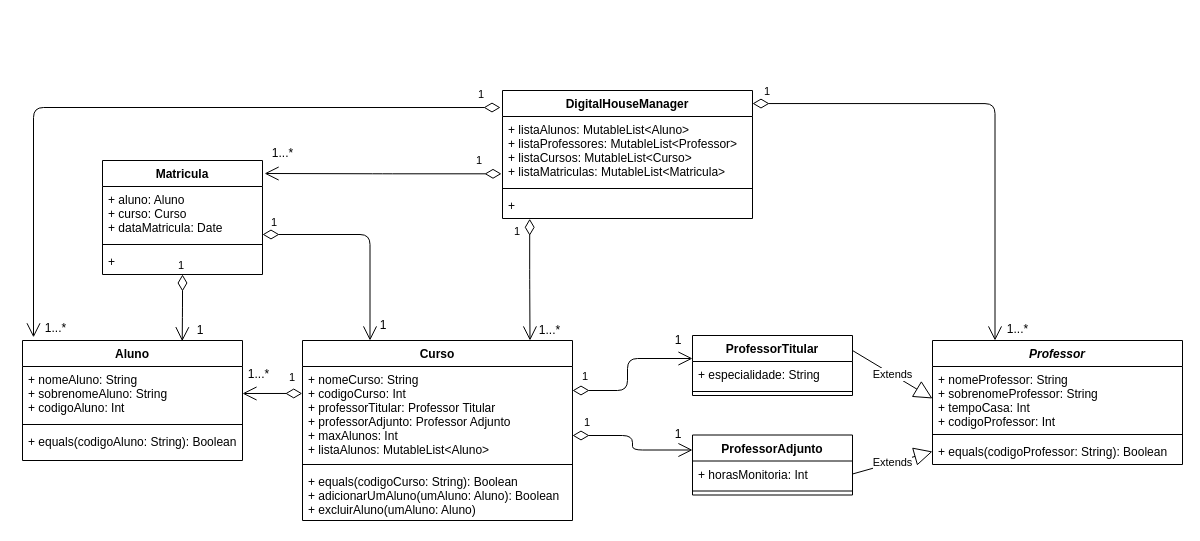
Before: DesafioKotlin_UML.drawio in marina-saito/DH_Desafio_Kotlin, a draw.io diagram. Source tidied: cells renumbered, new cells numbered last; positions are measured from the earlier drawing's top-left corner, leaving out a move shared by most shapes. Both pictures are drawn from the tidied source at 100%, with x=0, y=0 at pixel (22, 90).
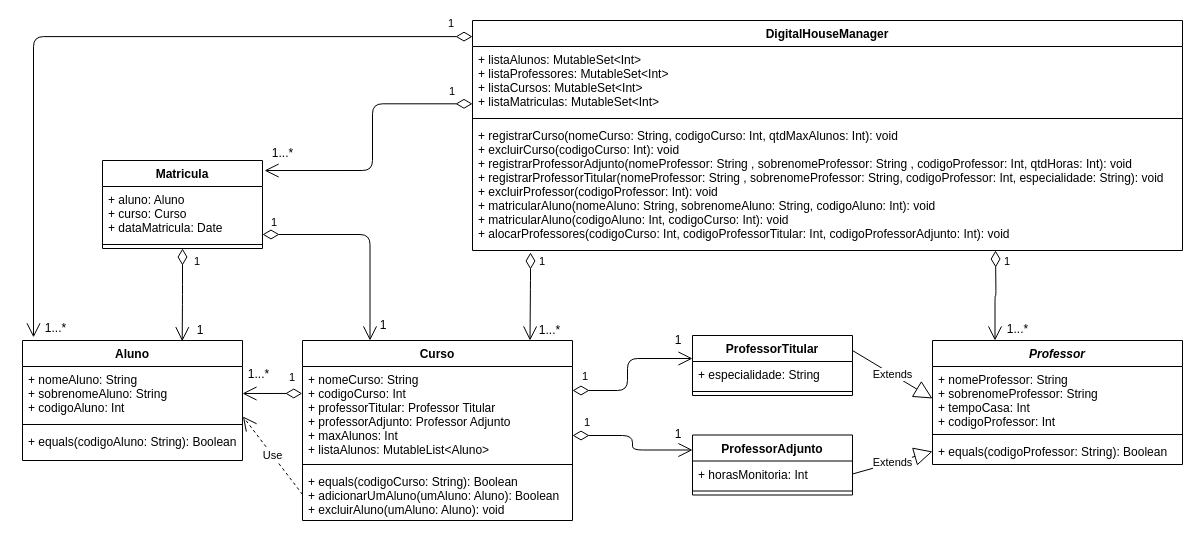
The same diagram, later.

Unchanged cells that the change refers to:
```xml
<mxCell id="23" value="Professor" style="swimlane;fontStyle=3;align=center;verticalAlign=top;horizontal=1;startSize=26;" parent="1" vertex="1">
  <mxGeometry x="910" y="250" width="250" height="124" as="geometry" />
</mxCell>
<mxCell id="28" value="Aluno" style="swimlane;fontStyle=1;align=center;verticalAlign=top;horizontal=1;startSize=26;" parent="1" vertex="1">
  <mxGeometry y="250" width="220" height="120" as="geometry" />
</mxCell>
<mxCell id="29" value="+ nomeAluno: String&#10;+ sobrenomeAluno: String&#10;+ codigoAluno: Int" style="text;strokeColor=none;fillColor=none;align=left;verticalAlign=top;spacingLeft=4;spacingRight=4;overflow=hidden;points=[[0,0.5],[1,0.5]];portConstraint=eastwest;" parent="28" vertex="1">
  <mxGeometry y="26" width="220" height="54" as="geometry" />
</mxCell>
<mxCell id="44" value="Curso" style="swimlane;fontStyle=1;align=center;verticalAlign=top;horizontal=1;startSize=26;" parent="1" vertex="1">
  <mxGeometry x="280" y="250" width="270" height="180" as="geometry" />
</mxCell>
```

What changed in the source:
```diff
@@
     <mxCell id="9" value="1" style="endArrow=open;html=1;endSize=12;startArrow=diamondThin;startSize=14;startFill=0;edgeStyle=orthogonalEdgeStyle;align=left;verticalAlign=bottom;entryX=0.726;entryY=0.006;entryDx=0;entryDy=0;entryPerimeter=0;" parent="1" edge="1" source="32" target="28">
-      <mxGeometry x="-1" y="-7" relative="1" as="geometry">
-        <mxPoint x="1" as="offset" />
-      </mxGeometry>
+      <mxGeometry x="-0.53" y="10" relative="1" as="geometry" />
     </mxCell>
@@
-    <mxCell id="13" value="DigitalHouseManager" style="swimlane;fontStyle=1;align=center;verticalAlign=top;horizontal=1;startSize=26;" parent="1" vertex="1">
-      <mxGeometry x="480" width="250" height="128" as="geometry" />
-    </mxCell>
-    <mxCell id="14" value="+ listaAlunos: MutableList&lt;Aluno&gt;&#10;+ listaProfessores: MutableList&lt;Professor&gt;&#10;+ listaCursos: MutableList&lt;Curso&gt;&#10;+ listaMatriculas: MutableList&lt;Matricula&gt;" style="text;strokeColor=none;fillColor=none;align=left;verticalAlign=top;spacingLeft=4;spacingRight=4;overflow=hidden;points=[[0,0.5],[1,0.5]];portConstraint=eastwest;" parent="13" vertex="1">
-      <mxGeometry y="26" width="250" height="68" as="geometry" />
-    </mxCell>
-    <mxCell id="15" style="line;strokeWidth=1;fillColor=none;align=left;verticalAlign=middle;spacingTop=-1;spacingLeft=3;spacingRight=3;labelPosition=right;" parent="13" vertex="1">
-      <mxGeometry y="94" width="250" height="8" as="geometry" />
-    </mxCell>
-    <mxCell id="16" value="+ " style="text;strokeColor=none;fillColor=none;align=left;verticalAlign=top;spacingLeft=4;spacingRight=4;overflow=hidden;" parent="13" vertex="1">
-      <mxGeometry y="102" width="250" height="26" as="geometry" />
-    </mxCell>
@@
     <mxCell id="32" value="Matricula" style="swimlane;fontStyle=1;align=center;verticalAlign=top;horizontal=1;startSize=26;" parent="1" vertex="1">
-      <mxGeometry x="80" y="70" width="160" height="114" as="geometry" />
+      <mxGeometry x="80" y="70" width="160" height="88" as="geometry" />
     </mxCell>
@@
-    <mxCell id="35" value="+" style="text;strokeColor=none;fillColor=none;align=left;verticalAlign=top;spacingLeft=4;spacingRight=4;overflow=hidden;" parent="32" vertex="1">
-      <mxGeometry y="88" width="160" height="26" as="geometry" />
-    </mxCell>
-    <mxCell id="36" value="1" style="endArrow=open;html=1;endSize=12;startArrow=diamondThin;startSize=14;startFill=0;edgeStyle=orthogonalEdgeStyle;align=left;verticalAlign=bottom;exitX=-0.008;exitY=-0.132;exitDx=0;exitDy=0;entryX=0.05;entryY=-0.026;entryDx=0;entryDy=0;exitPerimeter=0;entryPerimeter=0;" parent="1" edge="1" source="14" target="28">
+    <mxCell id="36" value="1" style="endArrow=open;html=1;endSize=12;startArrow=diamondThin;startSize=14;startFill=0;edgeStyle=orthogonalEdgeStyle;align=left;verticalAlign=bottom;exitX=0;exitY=0.07;exitDx=0;exitDy=0;entryX=0.05;entryY=-0.026;entryDx=0;entryDy=0;exitPerimeter=0;entryPerimeter=0;" parent="1" edge="1" source="13" target="28">
       <mxGeometry x="-0.93" y="-4" relative="1" as="geometry" />
     </mxCell>
@@
-    <mxCell id="38" value="1" style="endArrow=open;html=1;endSize=12;startArrow=diamondThin;startSize=14;startFill=0;edgeStyle=orthogonalEdgeStyle;align=left;verticalAlign=bottom;exitX=1;exitY=0.102;exitDx=0;exitDy=0;entryX=0.25;entryY=0;entryDx=0;entryDy=0;exitPerimeter=0;" parent="1" edge="1" source="13" target="23">
-      <mxGeometry x="-0.96" y="3" relative="1" as="geometry" />
+    <mxCell id="38" value="1" style="endArrow=open;html=1;endSize=12;startArrow=diamondThin;startSize=14;startFill=0;edgeStyle=orthogonalEdgeStyle;align=left;verticalAlign=bottom;entryX=0.25;entryY=0;entryDx=0;entryDy=0;" parent="1" edge="1" target="23">
+      <mxGeometry x="-0.56" y="7" relative="1" as="geometry">
+        <mxPoint x="973" y="160" as="sourcePoint" />
+      </mxGeometry>
     </mxCell>
@@
-    <mxCell id="40" value="1" style="endArrow=open;html=1;endSize=12;startArrow=diamondThin;startSize=14;startFill=0;edgeStyle=orthogonalEdgeStyle;align=left;verticalAlign=bottom;exitX=0.049;exitY=1.013;exitDx=0;exitDy=0;entryX=0.75;entryY=0;entryDx=0;entryDy=0;exitPerimeter=0;" parent="1" edge="1">
-      <mxGeometry x="-0.64" y="-17" relative="1" as="geometry">
-        <mxPoint x="507.2" y="128.3" as="sourcePoint" />
+    <mxCell id="40" value="1" style="endArrow=open;html=1;endSize=12;startArrow=diamondThin;startSize=14;startFill=0;edgeStyle=orthogonalEdgeStyle;align=left;verticalAlign=bottom;entryX=0.75;entryY=0;entryDx=0;entryDy=0;" parent="1" edge="1">
+      <mxGeometry x="-0.59" y="7" relative="1" as="geometry">
+        <mxPoint x="508" y="162" as="sourcePoint" />
         <mxPoint x="507.5" y="250" as="targetPoint" />
         <Array as="points">
           <mxPoint x="507" y="189" />
         </Array>
       </mxGeometry>
     </mxCell>
@@
-    <mxCell id="42" value="1" style="endArrow=open;html=1;endSize=12;startArrow=diamondThin;startSize=14;startFill=0;edgeStyle=orthogonalEdgeStyle;align=left;verticalAlign=bottom;exitX=-0.004;exitY=0.843;exitDx=0;exitDy=0;entryX=1.013;entryY=0.114;entryDx=0;entryDy=0;entryPerimeter=0;exitPerimeter=0;" parent="1" edge="1" source="14" target="32">
-      <mxGeometry x="-0.77" y="-4" relative="1" as="geometry" />
+    <mxCell id="42" value="1" style="endArrow=open;html=1;endSize=12;startArrow=diamondThin;startSize=14;startFill=0;edgeStyle=orthogonalEdgeStyle;align=left;verticalAlign=bottom;entryX=1.013;entryY=0.114;entryDx=0;entryDy=0;entryPerimeter=0;exitX=0;exitY=0.843;exitDx=0;exitDy=0;exitPerimeter=0;" parent="1" edge="1" source="14" target="32">
+      <mxGeometry x="-0.82" y="-3" relative="1" as="geometry">
+        <Array as="points">
+          <mxPoint x="350" y="13" />
+          <mxPoint x="350" y="80" />
+        </Array>
+      </mxGeometry>
     </mxCell>
@@
-    <mxCell id="47" value="+ equals(codigoCurso: String): Boolean&#10;+ adicionarUmAluno(umAluno: Aluno): Boolean &#10;+ excluirAluno(umAluno: Aluno)" style="text;strokeColor=none;fillColor=none;align=left;verticalAlign=top;spacingLeft=4;spacingRight=4;overflow=hidden;points=[[0,0.5],[1,0.5]];portConstraint=eastwest;" parent="44" vertex="1">
+    <mxCell id="47" value="+ equals(codigoCurso: String): Boolean&#10;+ adicionarUmAluno(umAluno: Aluno): Boolean &#10;+ excluirAluno(umAluno: Aluno): void" style="text;strokeColor=none;fillColor=none;align=left;verticalAlign=top;spacingLeft=4;spacingRight=4;overflow=hidden;points=[[0,0.5],[1,0.5]];portConstraint=eastwest;" parent="44" vertex="1">
       <mxGeometry y="128" width="270" height="52" as="geometry" />
     </mxCell>
+    <mxCell id="13" value="DigitalHouseManager" style="swimlane;fontStyle=1;align=center;verticalAlign=top;horizontal=1;startSize=26;" parent="1" vertex="1">
+      <mxGeometry x="450" y="-70" width="710" height="230" as="geometry" />
+    </mxCell>
+    <mxCell id="14" value="+ listaAlunos: MutableSet&lt;Int&gt;&#10;+ listaProfessores: MutableSet&lt;Int&gt;&#10;+ listaCursos: MutableSet&lt;Int&gt;&#10;+ listaMatriculas: MutableSet&lt;Int&gt;" style="text;strokeColor=none;fillColor=none;align=left;verticalAlign=top;spacingLeft=4;spacingRight=4;overflow=hidden;points=[[0,0.5],[1,0.5]];portConstraint=eastwest;" parent="13" vertex="1">
+      <mxGeometry y="26" width="710" height="68" as="geometry" />
+    </mxCell>
+    <mxCell id="15" style="line;strokeWidth=1;fillColor=none;align=left;verticalAlign=middle;spacingTop=-1;spacingLeft=3;spacingRight=3;labelPosition=right;" parent="13" vertex="1">
+      <mxGeometry y="94" width="710" height="8" as="geometry" />
+    </mxCell>
+    <mxCell id="16" value="+ registrarCurso(nomeCurso: String, codigoCurso: Int, qtdMaxAlunos: Int): void&#10;+ excluirCurso(codigoCurso: Int): void&#10;+ registrarProfessorAdjunto(nomeProfessor: String , sobrenomeProfessor: String , codigoProfessor: Int, qtdHoras: Int): void&#10;+ registrarProfessorTitular(nomeProfessor: String , sobrenomeProfessor: String, codigoProfessor: Int, especialidade: String): void&#10;+ excluirProfessor(codigoProfessor: Int): void&#10;+ matricularAluno(nomeAluno: String, sobrenomeAluno: String, codigoAluno: Int): void&#10;+ matricularAluno(codigoAluno: Int, codigoCurso: Int): void&#10;+ alocarProfessores(codigoCurso: Int, codigoProfessorTitular: Int, codigoProfessorAdjunto: Int): void" style="text;strokeColor=none;fillColor=none;align=left;verticalAlign=top;spacingLeft=4;spacingRight=4;overflow=hidden;" parent="13" vertex="1">
+      <mxGeometry y="102" width="710" height="128" as="geometry" />
+    </mxCell>
+    <mxCell id="48" value="Use" style="endArrow=open;endSize=12;dashed=1;html=1;exitX=0;exitY=0.5;exitDx=0;exitDy=0;entryX=1.002;entryY=0.926;entryDx=0;entryDy=0;entryPerimeter=0;" parent="1" edge="1" source="47" target="29">
+      <mxGeometry relative="1" as="geometry" />
+    </mxCell>
```
